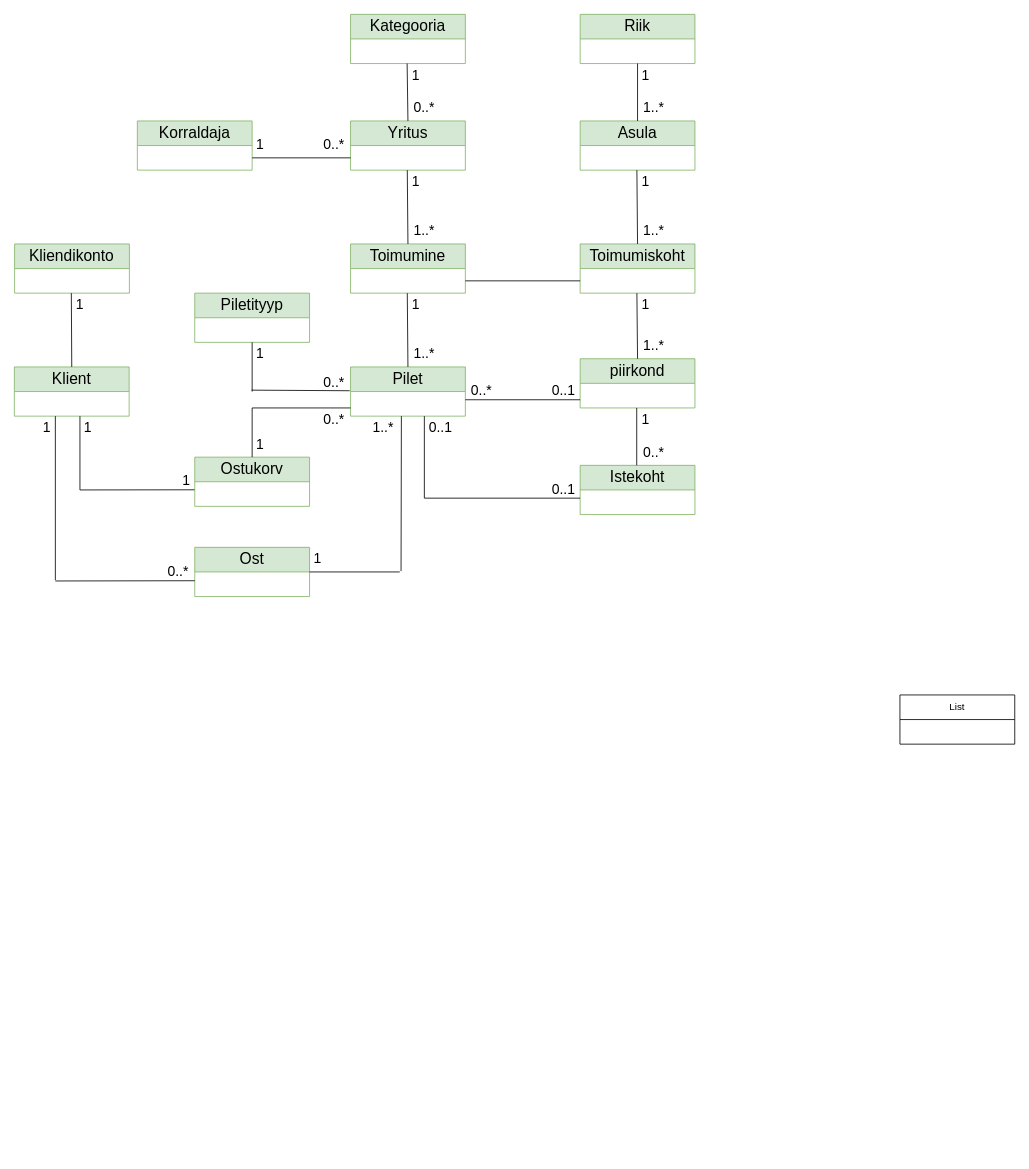
Earlier version of the draw.io diagram piletimüük.drawio (veeeel/peepoWTFHands.github.io). Source tidied: cells renumbered, new cells numbered last; positions are measured from the earlier drawing's top-left corner, leaving out a move shared by most shapes. Both pictures are drawn from the tidied source at 82%, with x=0, y=0 at pixel (14, 14).
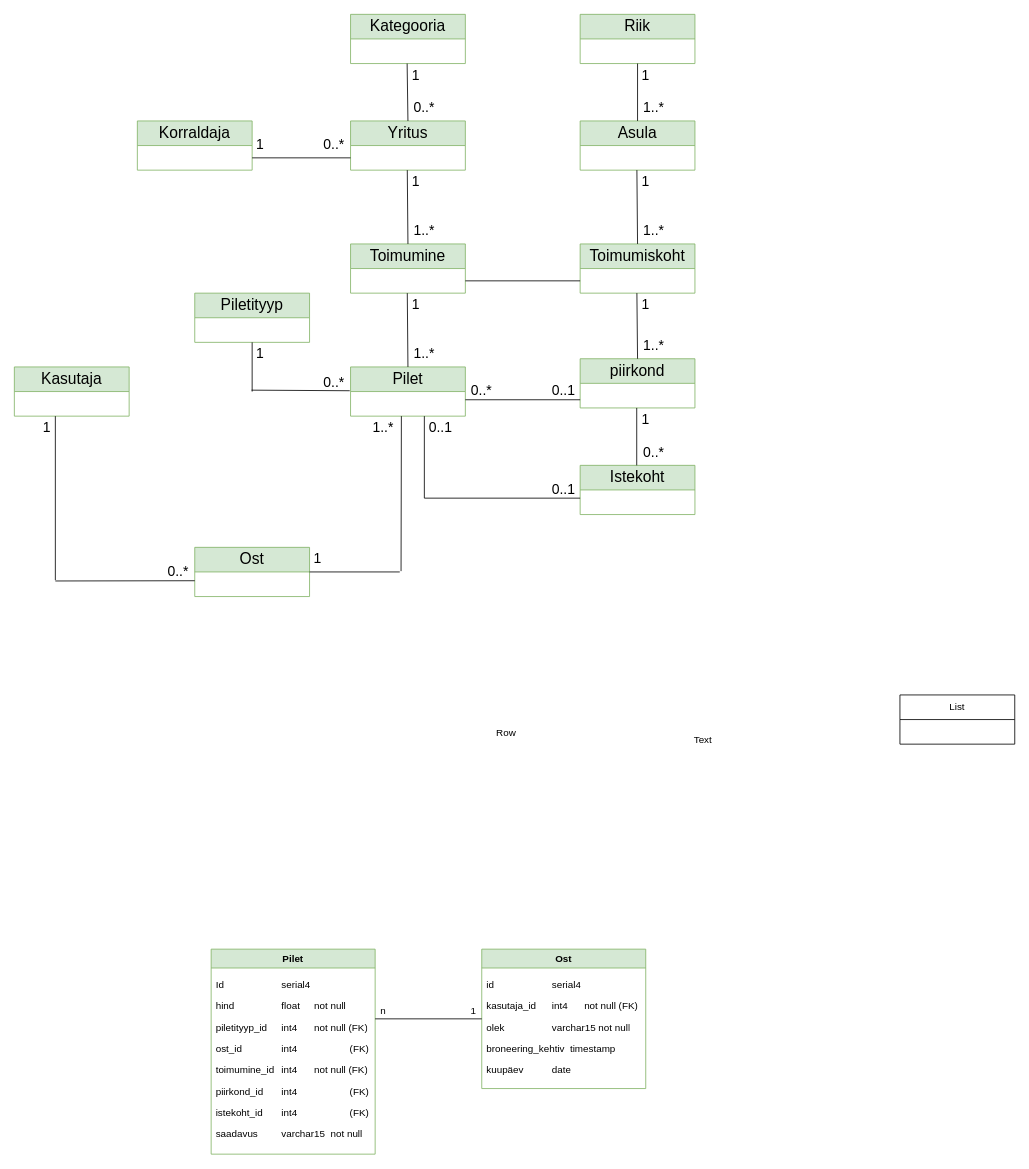
The same diagram, later.

The edit, as a diff of the source:
```diff
@@
-    <mxCell id="24" value="Ostukorv" style="swimlane;fontStyle=0;horizontal=1;startSize=30;whiteSpace=wrap;html=1;fillColor=#d5e8d4;strokeColor=#82b366;fontSize=19;" parent="1" vertex="1">
-      <mxGeometry x="220" y="540" width="140" height="60" as="geometry" />
-    </mxCell>
-    <mxCell id="25" value="&amp;nbsp;" style="text;strokeColor=none;fillColor=none;align=left;verticalAlign=middle;spacingLeft=4;spacingRight=4;overflow=hidden;whiteSpace=wrap;html=1;fontSize=19;" parent="24" vertex="1">
-      <mxGeometry y="30" width="140" height="30" as="geometry" />
-    </mxCell>
-    <mxCell id="26" value="Klient" style="swimlane;fontStyle=0;horizontal=1;startSize=30;whiteSpace=wrap;html=1;fillColor=#d5e8d4;strokeColor=#82b366;fontSize=19;" parent="1" vertex="1">
+    <mxCell id="26" value="Kasutaja" style="swimlane;fontStyle=0;horizontal=1;startSize=30;whiteSpace=wrap;html=1;fillColor=#d5e8d4;strokeColor=#82b366;fontSize=19;" parent="1" vertex="1">
       <mxGeometry y="430" width="140" height="60" as="geometry" />
     </mxCell>
@@
-    <mxCell id="28" value="Kliendikonto" style="swimlane;fontStyle=0;horizontal=1;startSize=30;whiteSpace=wrap;html=1;fillColor=#d5e8d4;strokeColor=#82b366;fontSize=19;" parent="1" vertex="1">
-      <mxGeometry x="0.3" y="280" width="140" height="60" as="geometry" />
-    </mxCell>
-    <mxCell id="29" value="&amp;nbsp;" style="text;strokeColor=none;fillColor=none;align=left;verticalAlign=middle;spacingLeft=4;spacingRight=4;overflow=hidden;whiteSpace=wrap;html=1;fontSize=19;" parent="28" vertex="1">
-      <mxGeometry y="30" width="140" height="30" as="geometry" />
-    </mxCell>
@@
-    <mxCell id="46" style="endArrow=none;html=1;rounded=0;fontSize=11;" parent="1" edge="1">
-      <mxGeometry relative="1" as="geometry">
-        <mxPoint x="290" y="480" as="sourcePoint" />
-        <mxPoint x="410" y="480" as="targetPoint" />
-      </mxGeometry>
-    </mxCell>
@@
-    <mxCell id="48" style="endArrow=none;html=1;rounded=0;fontSize=11;exitX=0.5;exitY=0;exitDx=0;exitDy=0;" parent="1" edge="1" source="24">
-      <mxGeometry relative="1" as="geometry">
-        <mxPoint x="290" y="480" as="targetPoint" />
-      </mxGeometry>
-    </mxCell>
-    <mxCell id="49" style="endArrow=none;html=1;rounded=0;fontSize=11;exitX=0.5;exitY=0;exitDx=0;exitDy=0;" parent="1" edge="1" source="26">
-      <mxGeometry relative="1" as="geometry">
-        <mxPoint x="69.5" y="340" as="targetPoint" />
-      </mxGeometry>
-    </mxCell>
@@
-    <mxCell id="51" style="endArrow=none;html=1;rounded=0;fontSize=11;" parent="1" edge="1">
-      <mxGeometry relative="1" as="geometry">
-        <mxPoint x="80" y="580" as="sourcePoint" />
-        <mxPoint x="80" y="490" as="targetPoint" />
-      </mxGeometry>
-    </mxCell>
-    <mxCell id="52" style="endArrow=none;html=1;rounded=0;fontSize=11;entryX=-0.007;entryY=-0.033;entryDx=0;entryDy=0;entryPerimeter=0;" parent="1" edge="1">
-      <mxGeometry relative="1" as="geometry">
-        <mxPoint x="80" y="580" as="sourcePoint" />
-        <mxPoint x="219.7" y="579.8" as="targetPoint" />
-      </mxGeometry>
-    </mxCell>
@@
-    <mxCell id="64" value="&lt;font style=&quot;font-size: 17px;&quot;&gt;1&lt;/font&gt;" style="text;html=1;align=center;verticalAlign=middle;whiteSpace=wrap;rounded=0;" parent="1" vertex="1">
-      <mxGeometry x="270" y="510" width="60" height="30" as="geometry" />
-    </mxCell>
@@
-    <mxCell id="68" value="&lt;font style=&quot;font-size: 17px;&quot;&gt;1&lt;/font&gt;" style="text;html=1;align=center;verticalAlign=middle;whiteSpace=wrap;rounded=0;" parent="1" vertex="1">
-      <mxGeometry x="180" y="555" width="60" height="30" as="geometry" />
-    </mxCell>
@@
-    <mxCell id="79" value="&lt;span style=&quot;font-size: 17px;&quot;&gt;0..*&lt;/span&gt;" style="text;html=1;align=center;verticalAlign=middle;whiteSpace=wrap;rounded=0;" parent="1" vertex="1">
-      <mxGeometry x="360" y="480" width="60" height="30" as="geometry" />
-    </mxCell>
-    <mxCell id="80" value="&lt;span style=&quot;font-size: 17px;&quot;&gt;1&lt;/span&gt;" style="text;html=1;align=center;verticalAlign=middle;whiteSpace=wrap;rounded=0;" parent="1" vertex="1">
-      <mxGeometry x="60" y="490" width="60" height="30" as="geometry" />
-    </mxCell>
-    <mxCell id="81" value="&lt;span style=&quot;font-size: 17px;&quot;&gt;1&lt;/span&gt;" style="text;html=1;align=center;verticalAlign=middle;whiteSpace=wrap;rounded=0;" parent="1" vertex="1">
-      <mxGeometry x="50" y="340" width="60" height="30" as="geometry" />
-    </mxCell>
@@
+    <mxCell id="87" value="Ost" style="swimlane;whiteSpace=wrap;html=1;startSize=23;fillColor=#d5e8d4;strokeColor=#82b366;" parent="1" vertex="1">
+      <mxGeometry x="570" y="1140" width="200" height="170" as="geometry" />
+    </mxCell>
+    <mxCell id="88" value="id&lt;span style=&quot;white-space: pre;&quot;&gt;&#9;&lt;/span&gt;&lt;span style=&quot;white-space: pre;&quot;&gt;&#9;&lt;/span&gt;&lt;span style=&quot;white-space: pre;&quot;&gt;&#9;&lt;/span&gt;serial4" style="text;strokeColor=none;fillColor=none;align=left;verticalAlign=top;spacingLeft=4;spacingRight=4;overflow=hidden;whiteSpace=wrap;html=1;" parent="87" vertex="1">
+      <mxGeometry y="30" width="200" height="26" as="geometry" />
+    </mxCell>
+    <mxCell id="89" value="kasutaja_id&lt;span style=&quot;white-space: pre;&quot;&gt;&#9;&lt;/span&gt;int4&amp;nbsp; &amp;nbsp; &amp;nbsp; not null (FK)" style="text;strokeColor=none;fillColor=none;align=left;verticalAlign=top;spacingLeft=4;spacingRight=4;overflow=hidden;whiteSpace=wrap;html=1;" parent="87" vertex="1">
+      <mxGeometry y="56" width="200" height="26" as="geometry" />
+    </mxCell>
+    <mxCell id="90" value="olek&lt;span style=&quot;white-space: pre;&quot;&gt;&#9;&lt;/span&gt;&lt;span style=&quot;white-space: pre;&quot;&gt;&#9;&lt;/span&gt;&lt;span style=&quot;white-space: pre;&quot;&gt;&#9;&lt;/span&gt;varchar15 not null" style="text;strokeColor=none;fillColor=none;align=left;verticalAlign=top;spacingLeft=4;spacingRight=4;overflow=hidden;whiteSpace=wrap;html=1;" parent="87" vertex="1">
+      <mxGeometry y="82" width="200" height="26" as="geometry" />
+    </mxCell>
+    <mxCell id="91" value="broneering_kehtiv&amp;nbsp; timestamp" style="text;strokeColor=none;fillColor=none;align=left;verticalAlign=top;spacingLeft=4;spacingRight=4;overflow=hidden;whiteSpace=wrap;html=1;" parent="87" vertex="1">
+      <mxGeometry y="108" width="200" height="26" as="geometry" />
+    </mxCell>
+    <mxCell id="92" value="kuupäev&lt;span style=&quot;white-space: pre;&quot;&gt;&#9;&lt;/span&gt;&lt;span style=&quot;white-space: pre;&quot;&gt;&#9;&lt;/span&gt;date" style="text;strokeColor=none;fillColor=none;align=left;verticalAlign=top;spacingLeft=4;spacingRight=4;overflow=hidden;whiteSpace=wrap;html=1;" parent="87" vertex="1">
+      <mxGeometry y="134" width="200" height="26" as="geometry" />
+    </mxCell>
+    <mxCell id="93" value="Text" style="text;html=1;align=center;verticalAlign=middle;whiteSpace=wrap;rounded=0;" parent="1" vertex="1">
+      <mxGeometry x="740" y="870" width="200" height="30" as="geometry" />
+    </mxCell>
+    <mxCell id="94" value="Pilet" style="swimlane;whiteSpace=wrap;html=1;startSize=23;fillColor=#d5e8d4;strokeColor=#82b366;" parent="1" vertex="1">
+      <mxGeometry x="240" y="1140" width="200" height="250" as="geometry" />
+    </mxCell>
+    <mxCell id="95" value="Id&lt;span style=&quot;white-space: pre;&quot;&gt;&#9;&lt;span style=&quot;white-space: pre;&quot;&gt;&#9;&lt;span style=&quot;white-space: pre;&quot;&gt;&#9;&lt;/span&gt;&lt;/span&gt;&lt;/span&gt;serial4" style="text;strokeColor=none;fillColor=none;align=left;verticalAlign=top;spacingLeft=4;spacingRight=4;overflow=hidden;whiteSpace=wrap;html=1;" parent="94" vertex="1">
+      <mxGeometry y="30" width="200" height="26" as="geometry" />
+    </mxCell>
+    <mxCell id="96" value="hind&lt;span style=&quot;white-space: pre;&quot;&gt;&#9;&lt;span style=&quot;white-space: pre;&quot;&gt;&#9;&lt;span style=&quot;white-space: pre;&quot;&gt;&#9;&lt;/span&gt;&lt;/span&gt;&lt;/span&gt;float&lt;span style=&quot;white-space: pre;&quot;&gt;&#9;&lt;/span&gt;&amp;nbsp; &amp;nbsp; not null" style="text;strokeColor=none;fillColor=none;align=left;verticalAlign=top;spacingLeft=4;spacingRight=4;overflow=hidden;whiteSpace=wrap;html=1;" parent="94" vertex="1">
+      <mxGeometry y="56" width="200" height="26" as="geometry" />
+    </mxCell>
+    <mxCell id="97" value="piletityyp_id&lt;span style=&quot;white-space: pre;&quot;&gt;&#9;&lt;/span&gt;int4&lt;span style=&quot;white-space: pre;&quot;&gt;&#9;&lt;/span&gt;&amp;nbsp; &amp;nbsp; not null (FK)" style="text;strokeColor=none;fillColor=none;align=left;verticalAlign=top;spacingLeft=4;spacingRight=4;overflow=hidden;whiteSpace=wrap;html=1;" parent="94" vertex="1">
+      <mxGeometry y="82" width="200" height="26" as="geometry" />
+    </mxCell>
+    <mxCell id="98" value="ost_id&lt;span style=&quot;white-space: pre;&quot;&gt;&#9;&lt;/span&gt;&lt;span style=&quot;white-space: pre;&quot;&gt;&#9;&lt;/span&gt;int4&lt;span style=&quot;white-space: pre;&quot;&gt;&#9;&lt;/span&gt;&lt;span style=&quot;white-space: pre;&quot;&gt;&#9;&lt;/span&gt;&lt;span style=&quot;white-space: pre;&quot;&gt;&#9;&lt;/span&gt;&amp;nbsp;(FK)" style="text;strokeColor=none;fillColor=none;align=left;verticalAlign=top;spacingLeft=4;spacingRight=4;overflow=hidden;whiteSpace=wrap;html=1;" parent="94" vertex="1">
+      <mxGeometry y="108" width="200" height="26" as="geometry" />
+    </mxCell>
+    <mxCell id="99" value="toimumine_id&lt;span style=&quot;white-space: pre;&quot;&gt;&#9;&lt;/span&gt;int4&lt;span style=&quot;white-space: pre;&quot;&gt;&#9;&lt;/span&gt;&amp;nbsp; &amp;nbsp; not null (FK)" style="text;strokeColor=none;fillColor=none;align=left;verticalAlign=top;spacingLeft=4;spacingRight=4;overflow=hidden;whiteSpace=wrap;html=1;" parent="94" vertex="1">
+      <mxGeometry y="134" width="200" height="26" as="geometry" />
+    </mxCell>
+    <mxCell id="100" value="piirkond_id&lt;span style=&quot;white-space: pre;&quot;&gt;&#9;&lt;/span&gt;int4&lt;span style=&quot;white-space: pre;&quot;&gt;&#9;&lt;/span&gt;&lt;span style=&quot;white-space: pre;&quot;&gt;&#9;&lt;/span&gt;&lt;span style=&quot;white-space: pre;&quot;&gt;&#9;&lt;/span&gt;&amp;nbsp;(FK)" style="text;strokeColor=none;fillColor=none;align=left;verticalAlign=top;spacingLeft=4;spacingRight=4;overflow=hidden;whiteSpace=wrap;html=1;" parent="94" vertex="1">
+      <mxGeometry y="160" width="200" height="26" as="geometry" />
+    </mxCell>
+    <mxCell id="101" value="istekoht_id&lt;span style=&quot;white-space: pre;&quot;&gt;&#9;&lt;/span&gt;int4&lt;span style=&quot;white-space: pre;&quot;&gt;&#9;&lt;/span&gt;&lt;span style=&quot;white-space: pre;&quot;&gt;&#9;&lt;/span&gt;&lt;span style=&quot;white-space: pre;&quot;&gt;&#9;&lt;/span&gt;&amp;nbsp;(FK)" style="text;strokeColor=none;fillColor=none;align=left;verticalAlign=top;spacingLeft=4;spacingRight=4;overflow=hidden;whiteSpace=wrap;html=1;" parent="94" vertex="1">
+      <mxGeometry y="186" width="200" height="26" as="geometry" />
+    </mxCell>
+    <mxCell id="102" value="saadavus&lt;span style=&quot;white-space: pre;&quot;&gt;&#9;&lt;/span&gt;&lt;span style=&quot;white-space: pre;&quot;&gt;&#9;&lt;/span&gt;varchar15&amp;nbsp; not null" style="text;strokeColor=none;fillColor=none;align=left;verticalAlign=top;spacingLeft=4;spacingRight=4;overflow=hidden;whiteSpace=wrap;html=1;" parent="94" vertex="1">
+      <mxGeometry y="212" width="200" height="26" as="geometry" />
+    </mxCell>
+    <mxCell id="103" style="line;strokeWidth=1;dashed=0;labelPosition=right;align=left;verticalAlign=middle;spacingTop=0;spacingLeft=6;" parent="1" vertex="1">
+      <mxGeometry x="440" y="1210" width="130" height="30" as="geometry" />
+    </mxCell>
+    <mxCell id="104" style="shape=table;startSize=0;childLayout=tableLayout;rowLines=0;fontStyle=0;align=center;strokeColor=none;fillColor=none;whiteSpace=wrap;html=1;" parent="1" vertex="1">
+      <mxGeometry x="550" y="860" width="180" height="30" as="geometry" />
+    </mxCell>
+    <mxCell id="105" style="shape=tableRow;horizontal=0;startSize=0;swimlaneHead=0;swimlaneBody=0;fillColor=none;top=0;left=0;right=0;bottom=0;" parent="104" vertex="1">
+      <mxGeometry width="180" height="30" as="geometry" />
+    </mxCell>
+    <mxCell id="106" style="shape=partialRectangle;fillColor=none;top=0;left=0;bottom=0;right=0;overflow=hidden;" parent="105" vertex="1">
+      <mxGeometry width="30" height="30" as="geometry" />
+    </mxCell>
+    <mxCell id="107" value="Row" style="shape=partialRectangle;fillColor=none;top=0;left=0;bottom=0;right=0;align=left;spacingLeft=6;overflow=hidden;" parent="105" vertex="1">
+      <mxGeometry x="30" width="150" height="30" as="geometry" />
+    </mxCell>
+    <mxCell id="108" value="n" style="text;html=1;align=center;verticalAlign=middle;whiteSpace=wrap;rounded=0;" parent="1" vertex="1">
+      <mxGeometry x="420" y="1200" width="60" height="30" as="geometry" />
+    </mxCell>
+    <mxCell id="109" value="1" style="text;html=1;align=center;verticalAlign=middle;whiteSpace=wrap;rounded=0;" parent="1" vertex="1">
+      <mxGeometry x="530" y="1200" width="60" height="30" as="geometry" />
+    </mxCell>
```
